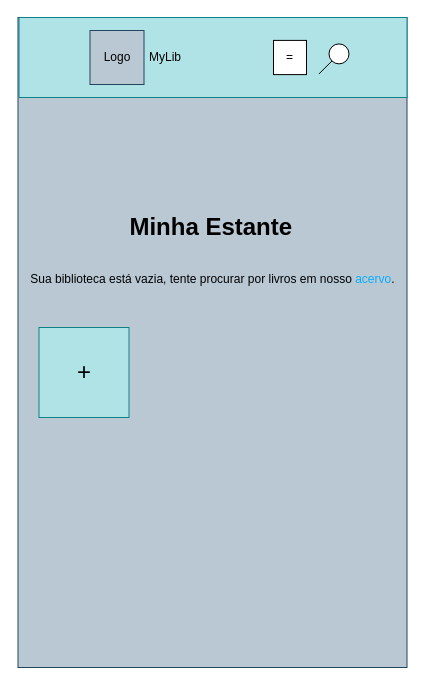
Earlier version of the draw.io diagram page "Biblioteca do iniciante" (5 of 24) of Bookshelf.drawio (LeoHMuniz/FrontEnd). Source tidied: cells renumbered, new cells numbered last; positions are measured from the earlier drawing's top-left corner, leaving out a move shared by most shapes. Both pictures are drawn from the tidied source at 100%, with x=0, y=0 at pixel (17, 17).
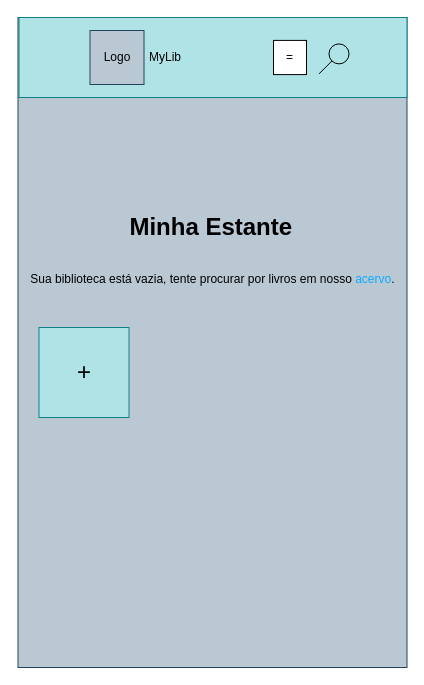
Above is the later version.

What changed in the source:
```diff
@@
 <mxGraphModel>
   <root>
     <mxCell id="0" />
     <mxCell id="1" parent="0" />
     <mxCell id="2" style="rounded=0;whiteSpace=wrap;html=1;fillColor=#bac8d3;strokeColor=#23445d;" parent="1" vertex="1">
       <mxGeometry x="0.5" width="389" height="650" as="geometry" />
     </mxCell>
     <mxCell id="3" value="&lt;h1 style=&quot;text-align: center;&quot;&gt;Minha Estante&lt;/h1&gt;&lt;div style=&quot;text-align: center;&quot;&gt;&lt;br&gt;&lt;/div&gt;&lt;div&gt;&amp;nbsp;Sua biblioteca está vazia, tente procurar por livros em nosso &lt;font color=&quot;#0aadff&quot;&gt;acervo&lt;/font&gt;.&lt;br&gt;&lt;/div&gt;" style="text;html=1;strokeColor=none;fillColor=none;spacing=5;spacingTop=-20;whiteSpace=wrap;overflow=hidden;rounded=0;" parent="1" vertex="1">
       <mxGeometry x="5" y="190" width="381" height="190" as="geometry" />
     </mxCell>
     <mxCell id="4" value="&lt;font style=&quot;font-size: 24px;&quot;&gt;+&lt;/font&gt;" style="rounded=0;whiteSpace=wrap;html=1;fillColor=#b0e3e6;strokeColor=#0e8088;" parent="1" vertex="1">
       <mxGeometry x="21.5" y="310" width="90" height="90" as="geometry" />
     </mxCell>
     <mxCell id="5" style="rounded=0;whiteSpace=wrap;html=1;fillColor=#b0e3e6;strokeColor=#0e8088;" parent="1" vertex="1">
       <mxGeometry x="1.5" width="388" height="80" as="geometry" />
     </mxCell>
     <mxCell id="6" value="Logo" style="whiteSpace=wrap;html=1;fillColor=#bac8d3;strokeColor=#23445d;" parent="1" vertex="1">
       <mxGeometry x="72.5" y="13" width="54" height="54" as="geometry" />
     </mxCell>
     <mxCell id="7" value="MyLib" style="text;html=1;strokeColor=none;fillColor=none;align=center;verticalAlign=middle;whiteSpace=wrap;rounded=0;" parent="1" vertex="1">
       <mxGeometry x="102.5" y="25" width="90" height="30" as="geometry" />
     </mxCell>
     <mxCell id="8" value="=&lt;br&gt;" style="rounded=0;whiteSpace=wrap;html=1;" parent="1" vertex="1">
       <mxGeometry x="256" y="22.9" width="33" height="34.2" as="geometry" />
     </mxCell>
-    <mxCell id="9" style="ellipse;whiteSpace=wrap;html=1;" parent="1" vertex="1">
+    <mxCell id="9" style="ellipse;whiteSpace=wrap;html=1;fillColor=none;" parent="1" vertex="1">
       <mxGeometry x="311.5" y="26.4" width="20" height="20" as="geometry" />
     </mxCell>
     <mxCell id="10" style="endArrow=none;html=1;rounded=0;entryX=0;entryY=1;entryDx=0;entryDy=0;" parent="1" edge="1" target="9">
       <mxGeometry relative="1" as="geometry">
         <mxPoint x="301.5" y="56.4" as="sourcePoint" />
       </mxGeometry>
     </mxCell>
   </root>
 </mxGraphModel>
```
